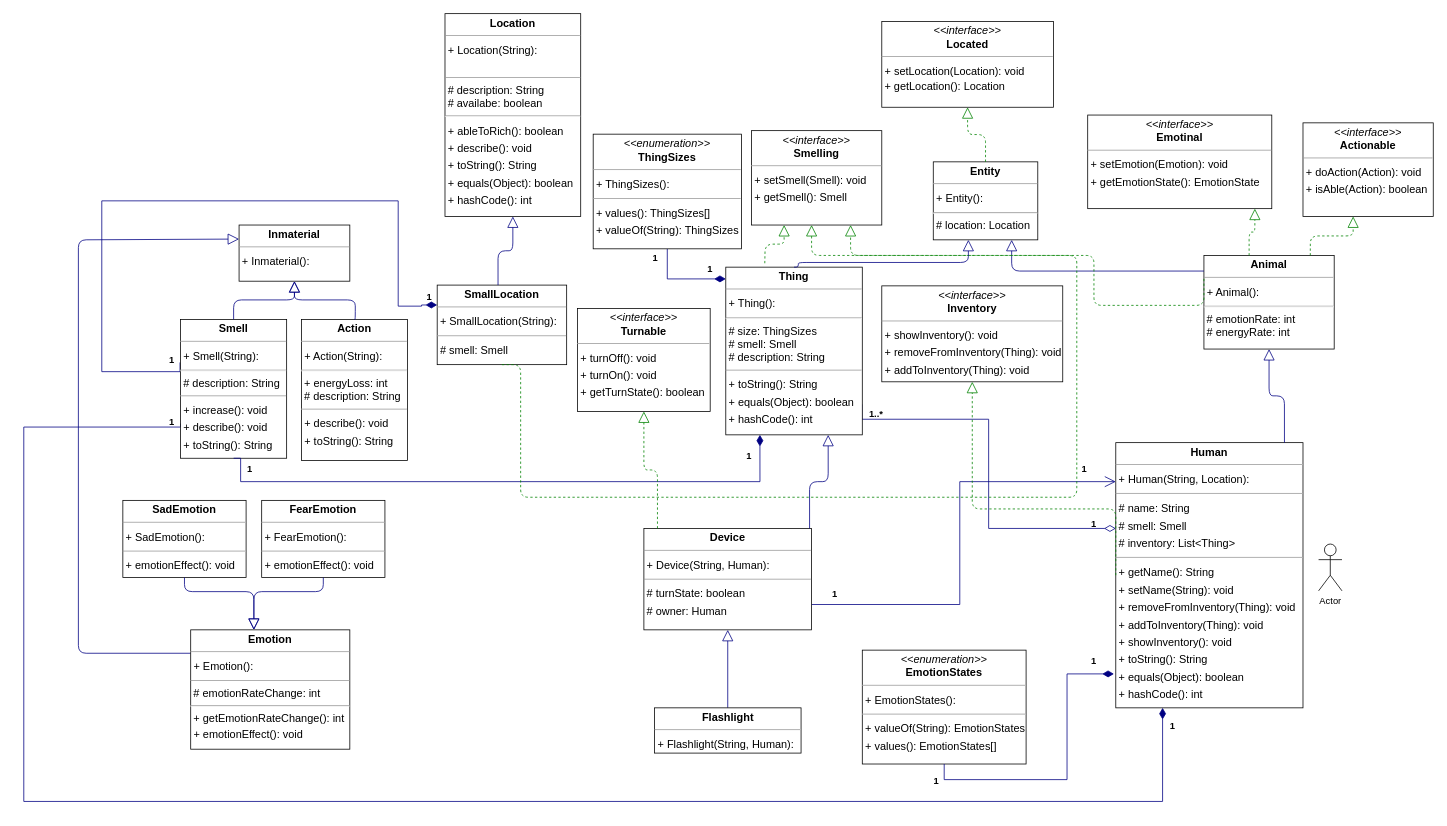
Above: proga/lab3/package.drawio in DenisBilobram/sppo (draw.io), before the change. Source tidied: cells renumbered, new cells numbered last; positions are measured from the earlier drawing's top-left corner, leaving out a move shared by most shapes. Both pictures are drawn from the tidied source at 78%, with x=0, y=0 at pixel (23, 13).
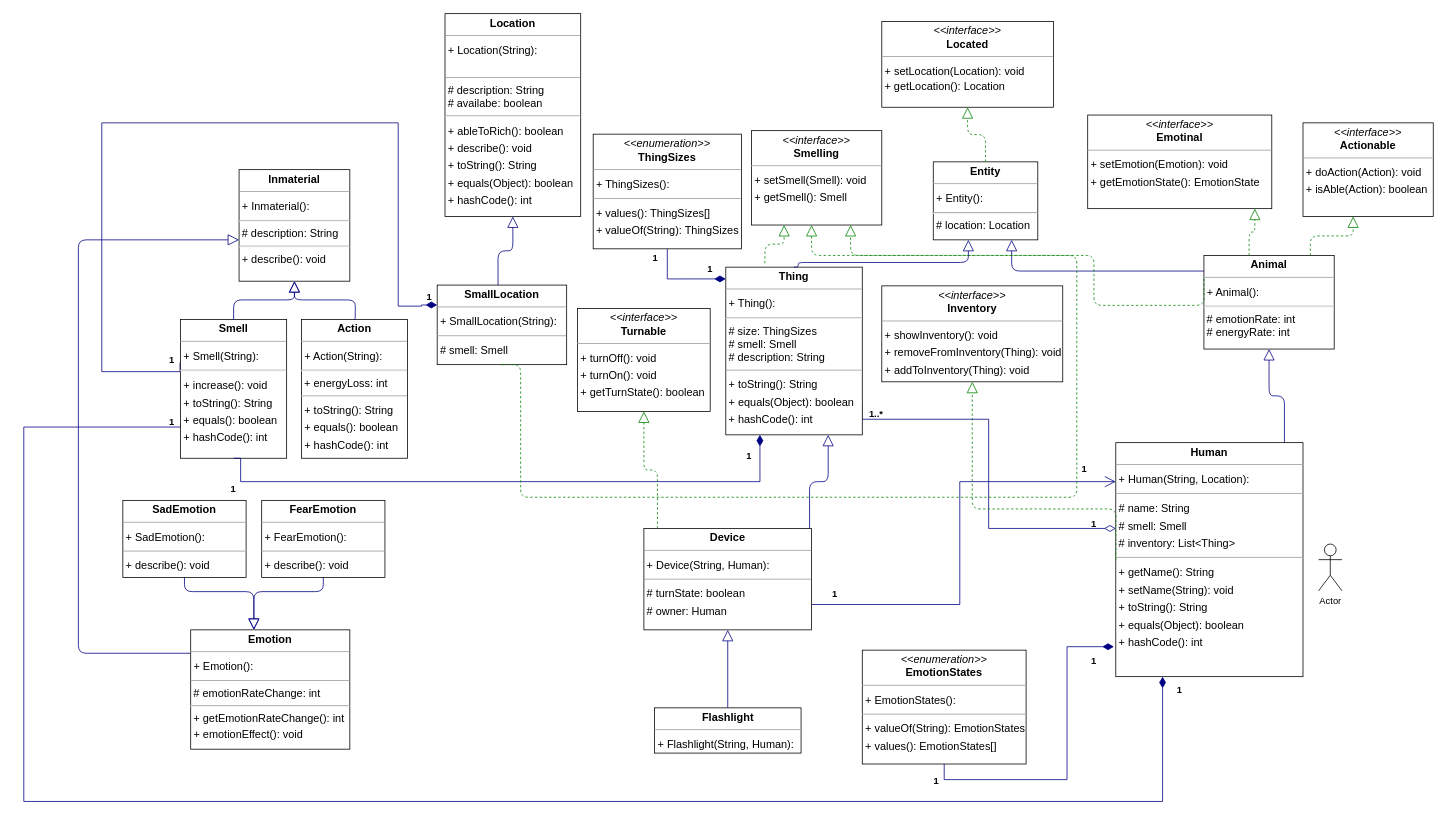
The same diagram, later.

Unchanged cells that the change refers to:
```xml
<mxCell id="9" value="&lt;p style=&quot;margin:0px;margin-top:4px;text-align:center;&quot;&gt;&lt;b&gt;Emotion&lt;/b&gt;&lt;/p&gt;&lt;hr size=&quot;1&quot;&gt;&lt;p style=&quot;margin:0 0 0 4px;line-height:1.6;&quot;&gt;+ Emotion(): &lt;/p&gt;&lt;hr size=&quot;1&quot;&gt;&amp;nbsp;# emotionRateChange: int&lt;hr&gt;&amp;nbsp;+ getEmotionRateChange(): int&lt;br&gt;&lt;p style=&quot;margin:0 0 0 4px;line-height:1.6;&quot;&gt;+ emotionEffect(): void&lt;/p&gt;" style="verticalAlign=top;align=left;overflow=fill;fontSize=14;fontFamily=Helvetica;html=1;rounded=0;shadow=0;comic=0;labelBackgroundColor=none;strokeWidth=1;" parent="1" vertex="1">
  <mxGeometry x="214" y="790" width="204" height="153" as="geometry" />
</mxCell>
<mxCell id="25" value="&lt;p style=&quot;margin:0px;margin-top:4px;text-align:center;&quot;&gt;&lt;b&gt;SmallLocation&lt;/b&gt;&lt;/p&gt;&lt;hr size=&quot;1&quot;&gt;&lt;p style=&quot;margin:0 0 0 4px;line-height:1.6;&quot;&gt;+ SmallLocation(String): &lt;/p&gt;&lt;hr size=&quot;1&quot;&gt;&lt;p style=&quot;margin:0 0 0 4px;line-height:1.6;&quot;&gt;# smell: Smell&lt;/p&gt;" style="verticalAlign=top;align=left;overflow=fill;fontSize=14;fontFamily=Helvetica;html=1;rounded=0;shadow=0;comic=0;labelBackgroundColor=none;strokeWidth=1;" parent="1" vertex="1">
  <mxGeometry x="530" y="348" width="166" height="102" as="geometry" />
</mxCell>
```

The edit, as a diff of the source:
```diff
@@
-    <mxCell id="2" value="&lt;p style=&quot;margin:0px;margin-top:4px;text-align:center;&quot;&gt;&lt;b&gt;Action&lt;/b&gt;&lt;/p&gt;&lt;hr size=&quot;1&quot;&gt;&lt;p style=&quot;margin:0 0 0 4px;line-height:1.6;&quot;&gt;+ Action(String): &lt;/p&gt;&lt;hr&gt;&amp;nbsp;+ energyLoss: int&lt;br&gt;&amp;nbsp;# description: String&lt;br&gt;&lt;hr size=&quot;1&quot;&gt;&lt;p style=&quot;margin:0 0 0 4px;line-height:1.6;&quot;&gt;+ describe(): void&lt;/p&gt;&lt;p style=&quot;margin:0 0 0 4px;line-height:1.6;&quot;&gt;+ toString(): String&lt;/p&gt;" style="verticalAlign=top;align=left;overflow=fill;fontSize=14;fontFamily=Helvetica;html=1;rounded=0;shadow=0;comic=0;labelBackgroundColor=none;strokeWidth=1;" parent="1" vertex="1">
-      <mxGeometry x="356" y="392" width="136" height="181" as="geometry" />
+    <mxCell id="2" value="&lt;p style=&quot;margin:0px;margin-top:4px;text-align:center;&quot;&gt;&lt;b&gt;Action&lt;/b&gt;&lt;/p&gt;&lt;hr size=&quot;1&quot;&gt;&lt;p style=&quot;margin:0 0 0 4px;line-height:1.6;&quot;&gt;+ Action(String): &lt;/p&gt;&lt;hr&gt;&amp;nbsp;+ energyLoss: int&lt;br&gt;&lt;hr size=&quot;1&quot;&gt;&lt;p style=&quot;margin:0 0 0 4px;line-height:1.6;&quot;&gt;&lt;span style=&quot;background-color: initial;&quot;&gt;+ toString(): String&lt;/span&gt;&lt;br&gt;&lt;/p&gt;&lt;p style=&quot;margin:0 0 0 4px;line-height:1.6;&quot;&gt;+ equals(): boolean&lt;/p&gt;&lt;p style=&quot;margin:0 0 0 4px;line-height:1.6;&quot;&gt;+ hashCode(): int&lt;/p&gt;" style="verticalAlign=top;align=left;overflow=fill;fontSize=14;fontFamily=Helvetica;html=1;rounded=0;shadow=0;comic=0;labelBackgroundColor=none;strokeWidth=1;" parent="1" vertex="1">
+      <mxGeometry x="356" y="392" width="136" height="178" as="geometry" />
     </mxCell>
@@
-    <mxCell id="8" style="edgeStyle=orthogonalEdgeStyle;rounded=1;jettySize=auto;html=1;strokeColor=#000082;endArrow=block;endFill=0;endSize=12;entryX=0;entryY=0.25;entryDx=0;entryDy=0;" parent="1" edge="1" source="9" target="19">
+    <mxCell id="8" style="edgeStyle=orthogonalEdgeStyle;rounded=1;jettySize=auto;html=1;strokeColor=#000082;endArrow=block;endFill=0;endSize=12;" parent="1" edge="1" source="9" target="19">
       <mxGeometry relative="1" as="geometry">
         <Array as="points">
           <mxPoint x="70" y="820" />
           <mxPoint x="70" y="290" />
-          <mxPoint x="276" y="290" />
         </Array>
       </mxGeometry>
     </mxCell>
@@
-    <mxCell id="12" value="&lt;p style=&quot;margin:0px;margin-top:4px;text-align:center;&quot;&gt;&lt;b&gt;FearEmotion&lt;/b&gt;&lt;/p&gt;&lt;hr size=&quot;1&quot;/&gt;&lt;p style=&quot;margin:0 0 0 4px;line-height:1.6;&quot;&gt;+ FearEmotion(): &lt;/p&gt;&lt;hr size=&quot;1&quot;/&gt;&lt;p style=&quot;margin:0 0 0 4px;line-height:1.6;&quot;&gt;+ emotionEffect(): void&lt;/p&gt;" style="verticalAlign=top;align=left;overflow=fill;fontSize=14;fontFamily=Helvetica;html=1;rounded=0;shadow=0;comic=0;labelBackgroundColor=none;strokeWidth=1;" parent="1" vertex="1">
+    <mxCell id="12" value="&lt;p style=&quot;margin:0px;margin-top:4px;text-align:center;&quot;&gt;&lt;b&gt;FearEmotion&lt;/b&gt;&lt;/p&gt;&lt;hr size=&quot;1&quot;&gt;&lt;p style=&quot;margin:0 0 0 4px;line-height:1.6;&quot;&gt;+ FearEmotion(): &lt;/p&gt;&lt;hr size=&quot;1&quot;&gt;&lt;p style=&quot;margin:0 0 0 4px;line-height:1.6;&quot;&gt;+ describe(): void&lt;/p&gt;" style="verticalAlign=top;align=left;overflow=fill;fontSize=14;fontFamily=Helvetica;html=1;rounded=0;shadow=0;comic=0;labelBackgroundColor=none;strokeWidth=1;" parent="1" vertex="1">
       <mxGeometry x="305" y="624" width="158" height="99" as="geometry" />
     </mxCell>
@@
-    <mxCell id="18" value="&lt;p style=&quot;margin:0px;margin-top:4px;text-align:center;&quot;&gt;&lt;b&gt;Human&lt;/b&gt;&lt;/p&gt;&lt;hr size=&quot;1&quot;&gt;&lt;p style=&quot;margin:0 0 0 4px;line-height:1.6;&quot;&gt;+ Human(String, Location): &lt;/p&gt;&lt;hr size=&quot;1&quot;&gt;&lt;p style=&quot;margin:0 0 0 4px;line-height:1.6;&quot;&gt;# name: String&lt;/p&gt;&lt;p style=&quot;margin:0 0 0 4px;line-height:1.6;&quot;&gt;# smell: Smell&lt;/p&gt;&lt;p style=&quot;margin:0 0 0 4px;line-height:1.6;&quot;&gt;# inventory: List&amp;lt;Thing&amp;gt;&lt;/p&gt;&lt;hr size=&quot;1&quot;&gt;&lt;p style=&quot;margin:0 0 0 4px;line-height:1.6;&quot;&gt;+ getName(): String&lt;/p&gt;&lt;p style=&quot;margin:0 0 0 4px;line-height:1.6;&quot;&gt;+ setName(String): void&lt;/p&gt;&lt;p style=&quot;margin:0 0 0 4px;line-height:1.6;&quot;&gt;+ removeFromInventory(Thing): void&lt;br&gt;+ addToInventory(Thing): void&lt;br&gt;+ showInventory(): void&lt;/p&gt;&lt;p style=&quot;margin:0 0 0 4px;line-height:1.6;&quot;&gt;+ toString(): String&lt;/p&gt;&lt;p style=&quot;margin:0 0 0 4px;line-height:1.6;&quot;&gt;+ equals(Object): boolean&lt;/p&gt;&lt;p style=&quot;margin:0 0 0 4px;line-height:1.6;&quot;&gt;+ hashCode(): int&lt;/p&gt;" style="verticalAlign=top;align=left;overflow=fill;fontSize=14;fontFamily=Helvetica;html=1;rounded=0;shadow=0;comic=0;labelBackgroundColor=none;strokeWidth=1;" parent="1" vertex="1">
-      <mxGeometry x="1400" y="550" width="240" height="340" as="geometry" />
+    <mxCell id="18" value="&lt;p style=&quot;margin:0px;margin-top:4px;text-align:center;&quot;&gt;&lt;b&gt;Human&lt;/b&gt;&lt;/p&gt;&lt;hr size=&quot;1&quot;&gt;&lt;p style=&quot;margin:0 0 0 4px;line-height:1.6;&quot;&gt;+ Human(String, Location): &lt;/p&gt;&lt;hr size=&quot;1&quot;&gt;&lt;p style=&quot;margin:0 0 0 4px;line-height:1.6;&quot;&gt;# name: String&lt;/p&gt;&lt;p style=&quot;margin:0 0 0 4px;line-height:1.6;&quot;&gt;# smell: Smell&lt;/p&gt;&lt;p style=&quot;margin:0 0 0 4px;line-height:1.6;&quot;&gt;# inventory: List&amp;lt;Thing&amp;gt;&lt;/p&gt;&lt;hr size=&quot;1&quot;&gt;&lt;p style=&quot;margin:0 0 0 4px;line-height:1.6;&quot;&gt;+ getName(): String&lt;/p&gt;&lt;p style=&quot;margin:0 0 0 4px;line-height:1.6;&quot;&gt;+ setName(String): void&lt;/p&gt;&lt;p style=&quot;margin:0 0 0 4px;line-height:1.6;&quot;&gt;+ toString(): String&lt;/p&gt;&lt;p style=&quot;margin:0 0 0 4px;line-height:1.6;&quot;&gt;+ equals(Object): boolean&lt;/p&gt;&lt;p style=&quot;margin:0 0 0 4px;line-height:1.6;&quot;&gt;+ hashCode(): int&lt;/p&gt;" style="verticalAlign=top;align=left;overflow=fill;fontSize=14;fontFamily=Helvetica;html=1;rounded=0;shadow=0;comic=0;labelBackgroundColor=none;strokeWidth=1;" parent="1" vertex="1">
+      <mxGeometry x="1400" y="550" width="240" height="300" as="geometry" />
     </mxCell>
-    <mxCell id="19" value="&lt;p style=&quot;margin:0px;margin-top:4px;text-align:center;&quot;&gt;&lt;b&gt;Inmaterial&lt;/b&gt;&lt;/p&gt;&lt;hr size=&quot;1&quot;/&gt;&lt;p style=&quot;margin:0 0 0 4px;line-height:1.6;&quot;&gt;+ Inmaterial(): &lt;/p&gt;" style="verticalAlign=top;align=left;overflow=fill;fontSize=14;fontFamily=Helvetica;html=1;rounded=0;shadow=0;comic=0;labelBackgroundColor=none;strokeWidth=1;" parent="1" vertex="1">
-      <mxGeometry x="276" y="271" width="142" height="72" as="geometry" />
+    <mxCell id="19" value="&lt;p style=&quot;margin:0px;margin-top:4px;text-align:center;&quot;&gt;&lt;b&gt;Inmaterial&lt;/b&gt;&lt;/p&gt;&lt;hr size=&quot;1&quot;&gt;&lt;p style=&quot;margin:0 0 0 4px;line-height:1.6;&quot;&gt;+ Inmaterial():&lt;/p&gt;&lt;hr&gt;&amp;nbsp;# description: String&lt;hr&gt;&amp;nbsp;+ describe(): void&lt;p style=&quot;margin:0 0 0 4px;line-height:1.6;&quot;&gt;&lt;br&gt;&lt;/p&gt;" style="verticalAlign=top;align=left;overflow=fill;fontSize=14;fontFamily=Helvetica;html=1;rounded=0;shadow=0;comic=0;labelBackgroundColor=none;strokeWidth=1;" parent="1" vertex="1">
+      <mxGeometry x="276" y="200" width="142" height="143" as="geometry" />
     </mxCell>
@@
-    <mxCell id="23" value="&lt;p style=&quot;margin:0px;margin-top:4px;text-align:center;&quot;&gt;&lt;b&gt;SadEmotion&lt;/b&gt;&lt;/p&gt;&lt;hr size=&quot;1&quot;/&gt;&lt;p style=&quot;margin:0 0 0 4px;line-height:1.6;&quot;&gt;+ SadEmotion(): &lt;/p&gt;&lt;hr size=&quot;1&quot;/&gt;&lt;p style=&quot;margin:0 0 0 4px;line-height:1.6;&quot;&gt;+ emotionEffect(): void&lt;/p&gt;" style="verticalAlign=top;align=left;overflow=fill;fontSize=14;fontFamily=Helvetica;html=1;rounded=0;shadow=0;comic=0;labelBackgroundColor=none;strokeWidth=1;" parent="1" vertex="1">
+    <mxCell id="23" value="&lt;p style=&quot;margin:0px;margin-top:4px;text-align:center;&quot;&gt;&lt;b&gt;SadEmotion&lt;/b&gt;&lt;/p&gt;&lt;hr size=&quot;1&quot;&gt;&lt;p style=&quot;margin:0 0 0 4px;line-height:1.6;&quot;&gt;+ SadEmotion(): &lt;/p&gt;&lt;hr size=&quot;1&quot;&gt;&lt;p style=&quot;margin:0 0 0 4px;line-height:1.6;&quot;&gt;+ describe(): void&lt;/p&gt;" style="verticalAlign=top;align=left;overflow=fill;fontSize=14;fontFamily=Helvetica;html=1;rounded=0;shadow=0;comic=0;labelBackgroundColor=none;strokeWidth=1;" parent="1" vertex="1">
       <mxGeometry x="127" y="624" width="158" height="99" as="geometry" />
     </mxCell>
     <mxCell id="24" style="edgeStyle=orthogonalEdgeStyle;rounded=0;jettySize=auto;html=1;exitX=0;exitY=0.25;exitDx=0;exitDy=0;entryX=-0.005;entryY=0.31;entryDx=0;entryDy=0;entryPerimeter=0;strokeColor=#000082;startArrow=diamondThin;startFill=1;endArrow=none;endFill=0;startSize=12;endSize=12;" parent="1" edge="1" source="25" target="26">
       <mxGeometry relative="1" as="geometry">
         <Array as="points">
-          <mxPoint x="510" y="374" />
+          <mxPoint x="510" y="373" />
           <mxPoint x="510" y="375" />
           <mxPoint x="480" y="375" />
-          <mxPoint x="480" y="240" />
-          <mxPoint x="100" y="240" />
+          <mxPoint x="480" y="140" />
+          <mxPoint x="100" y="140" />
           <mxPoint x="100" y="459" />
           <mxPoint x="200" y="459" />
         </Array>
       </mxGeometry>
     </mxCell>
@@
-    <mxCell id="26" value="&lt;p style=&quot;margin:0px;margin-top:4px;text-align:center;&quot;&gt;&lt;b&gt;Smell&lt;/b&gt;&lt;/p&gt;&lt;hr size=&quot;1&quot;&gt;&lt;p style=&quot;margin:0 0 0 4px;line-height:1.6;&quot;&gt;+ Smell(String):&lt;/p&gt;&lt;hr&gt;&amp;nbsp;# description: String&lt;br&gt;&lt;hr size=&quot;1&quot;&gt;&lt;p style=&quot;margin:0 0 0 4px;line-height:1.6;&quot;&gt;+ increase(): void&lt;/p&gt;&lt;p style=&quot;margin:0 0 0 4px;line-height:1.6;&quot;&gt;+ describe(): void&lt;br&gt;+ toString(): String&lt;/p&gt;" style="verticalAlign=top;align=left;overflow=fill;fontSize=14;fontFamily=Helvetica;html=1;rounded=0;shadow=0;comic=0;labelBackgroundColor=none;strokeWidth=1;" parent="1" vertex="1">
+    <mxCell id="26" value="&lt;p style=&quot;margin:0px;margin-top:4px;text-align:center;&quot;&gt;&lt;b&gt;Smell&lt;/b&gt;&lt;/p&gt;&lt;hr size=&quot;1&quot;&gt;&lt;p style=&quot;margin:0 0 0 4px;line-height:1.6;&quot;&gt;+ Smell(String):&lt;/p&gt;&lt;hr&gt;&lt;p style=&quot;margin:0 0 0 4px;line-height:1.6;&quot;&gt;+ increase(): void&lt;/p&gt;&lt;p style=&quot;margin:0 0 0 4px;line-height:1.6;&quot;&gt;+ toString(): String&lt;/p&gt;&lt;p style=&quot;margin:0 0 0 4px;line-height:1.6;&quot;&gt;+ equals(): boolean&lt;/p&gt;&lt;p style=&quot;margin:0 0 0 4px;line-height:1.6;&quot;&gt;+ hashCode(): int&lt;/p&gt;" style="verticalAlign=top;align=left;overflow=fill;fontSize=14;fontFamily=Helvetica;html=1;rounded=0;shadow=0;comic=0;labelBackgroundColor=none;strokeWidth=1;" parent="1" vertex="1">
       <mxGeometry x="201" y="392" width="136" height="178" as="geometry" />
     </mxCell>
@@
     <mxCell id="54" value="1" style="text;align=center;fontStyle=1;verticalAlign=middle;spacingLeft=3;spacingRight=3;strokeColor=none;" parent="1" vertex="1">
-      <mxGeometry x="1433" y="900" width="80" height="26" as="geometry" />
+      <mxGeometry x="1442" y="853.5" width="80" height="26" as="geometry" />
     </mxCell>
@@
     <mxCell id="57" value="1" style="text;align=center;fontStyle=1;verticalAlign=middle;spacingLeft=3;spacingRight=3;strokeColor=none;" parent="1" vertex="1">
-      <mxGeometry x="250" y="570" width="80" height="26" as="geometry" />
+      <mxGeometry x="229" y="596" width="80" height="26" as="geometry" />
     </mxCell>
```
